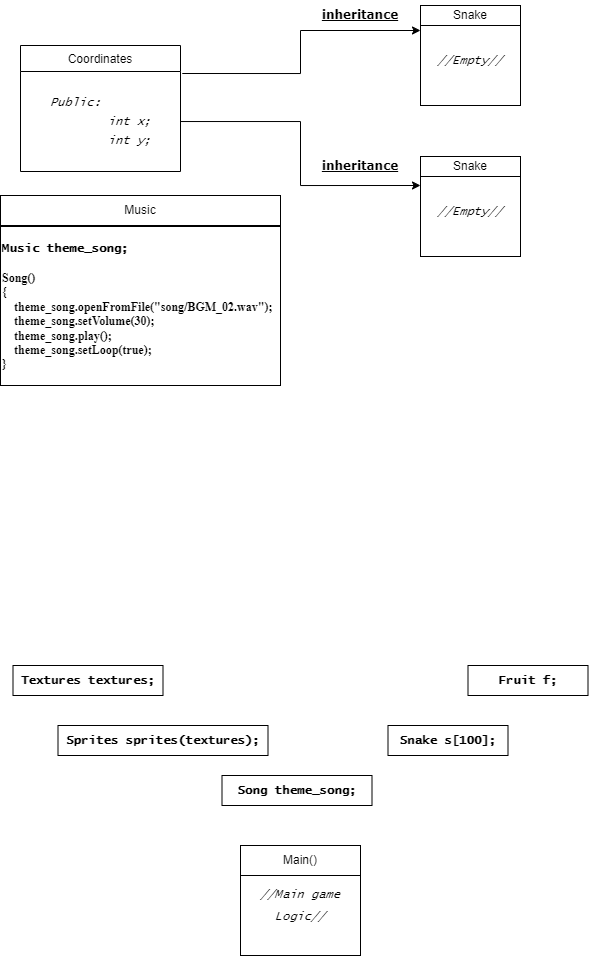
Earlier version of the draw.io export OOP_Snake_Project.drawio.png (MuhammadHamzaKhanMarwat/oop-SNAKE-project). Source tidied: cells renumbered, new cells last; positions are measured from the earlier drawing's top-left corner, leaving out a move shared by most shapes.
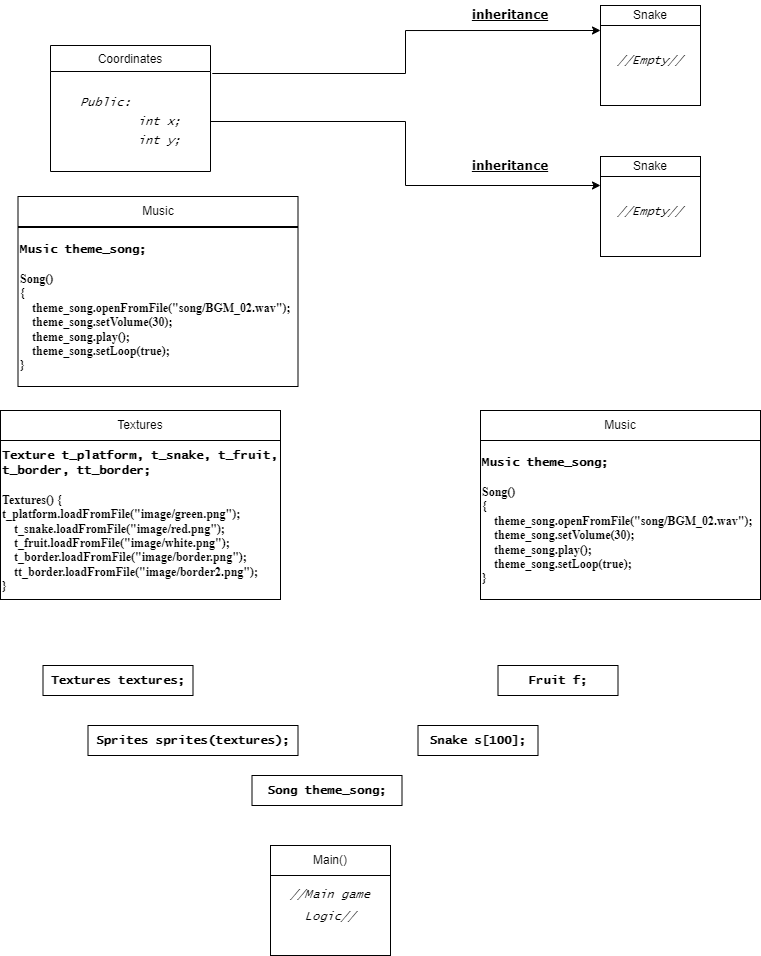
The same diagram one commit later.

The edit, as a diff of the source:
```diff
@@ -9,28 +9,28 @@
       <mxGeometry y="26" width="160" height="100" as="geometry" />
     </mxCell>
     <mxCell id="4" style="whiteSpace=wrap;html=1;" parent="1" vertex="1">
-      <mxGeometry x="420" y="5" width="100" height="100" as="geometry" />
+      <mxGeometry x="570" y="5" width="100" height="100" as="geometry" />
     </mxCell>
     <mxCell id="5" style="rounded=0;whiteSpace=wrap;html=1;" parent="1" vertex="1">
-      <mxGeometry x="420" y="5" width="100" height="20" as="geometry" />
+      <mxGeometry x="570" y="5" width="100" height="20" as="geometry" />
     </mxCell>
     <mxCell id="6" value="Snake" style="text;html=1;strokeColor=none;fillColor=none;align=center;verticalAlign=middle;whiteSpace=wrap;rounded=0;" parent="1" vertex="1">
-      <mxGeometry x="440" width="60" height="30" as="geometry" />
+      <mxGeometry x="590" width="60" height="30" as="geometry" />
     </mxCell>
     <mxCell id="7" value="&lt;i&gt;&lt;font face=&quot;Lucida Console&quot;&gt;//Empty//&lt;/font&gt;&lt;/i&gt;" style="text;html=1;strokeColor=none;fillColor=none;align=center;verticalAlign=middle;whiteSpace=wrap;rounded=0;" parent="1" vertex="1">
-      <mxGeometry x="440" y="45" width="60" height="30" as="geometry" />
+      <mxGeometry x="590" y="45" width="60" height="30" as="geometry" />
     </mxCell>
     <mxCell id="8" style="whiteSpace=wrap;html=1;" parent="1" vertex="1">
-      <mxGeometry x="420" y="156" width="100" height="100" as="geometry" />
+      <mxGeometry x="570" y="156" width="100" height="100" as="geometry" />
     </mxCell>
     <mxCell id="9" style="rounded=0;whiteSpace=wrap;html=1;" parent="1" vertex="1">
-      <mxGeometry x="420" y="156" width="100" height="20" as="geometry" />
+      <mxGeometry x="570" y="156" width="100" height="20" as="geometry" />
     </mxCell>
     <mxCell id="10" value="Snake" style="text;html=1;strokeColor=none;fillColor=none;align=center;verticalAlign=middle;whiteSpace=wrap;rounded=0;" parent="1" vertex="1">
-      <mxGeometry x="440" y="151" width="60" height="30" as="geometry" />
+      <mxGeometry x="590" y="151" width="60" height="30" as="geometry" />
     </mxCell>
     <mxCell id="11" value="&lt;i&gt;&lt;font face=&quot;Lucida Console&quot;&gt;//Empty//&lt;/font&gt;&lt;/i&gt;" style="text;html=1;strokeColor=none;fillColor=none;align=center;verticalAlign=middle;whiteSpace=wrap;rounded=0;" parent="1" vertex="1">
-      <mxGeometry x="440" y="196" width="60" height="30" as="geometry" />
+      <mxGeometry x="590" y="196" width="60" height="30" as="geometry" />
     </mxCell>
     <mxCell id="12" style="edgeStyle=orthogonalEdgeStyle;rounded=0;jettySize=auto;html=1;entryX=0;entryY=0.25;entryDx=0;entryDy=0;exitX=1.011;exitY=0.02;exitDx=0;exitDy=0;exitPerimeter=0;" parent="1" edge="1" source="3" target="4">
       <mxGeometry relative="1" as="geometry" />
@@ -45,10 +45,10 @@
       <mxGeometry x="240" y="845" width="120" height="30" as="geometry" />
     </mxCell>
     <mxCell id="16" value="&lt;b style=&quot;&quot;&gt;&lt;u style=&quot;&quot;&gt;&lt;font face=&quot;Verdana&quot;&gt;inheritance&lt;/font&gt;&lt;/u&gt;&lt;/b&gt;" style="text;html=1;strokeColor=none;fillColor=none;align=center;verticalAlign=middle;whiteSpace=wrap;rounded=0;" parent="1" vertex="1">
-      <mxGeometry x="330" y="151" width="60" height="30" as="geometry" />
+      <mxGeometry x="450" y="151" width="60" height="30" as="geometry" />
     </mxCell>
     <mxCell id="17" value="&lt;b style=&quot;&quot;&gt;&lt;u style=&quot;&quot;&gt;&lt;font face=&quot;Verdana&quot;&gt;inheritance&lt;/font&gt;&lt;/u&gt;&lt;/b&gt;" style="text;html=1;strokeColor=none;fillColor=none;align=center;verticalAlign=middle;whiteSpace=wrap;rounded=0;" parent="1" vertex="1">
-      <mxGeometry x="330" width="60" height="30" as="geometry" />
+      <mxGeometry x="450" width="60" height="30" as="geometry" />
     </mxCell>
     <mxCell id="18" value="&lt;font face=&quot;Lucida Console&quot;&gt;&lt;b&gt;Snake s[100];&lt;/b&gt;&lt;/font&gt;" style="rounded=0;whiteSpace=wrap;html=1;" parent="1" vertex="1">
       <mxGeometry x="387.5" y="725" width="120" height="30" as="geometry" />
@@ -66,10 +66,22 @@
       <mxGeometry x="57.5" y="725" width="210" height="30" as="geometry" />
     </mxCell>
     <mxCell id="23" value="Music" style="rounded=0;whiteSpace=wrap;html=1;" parent="1" vertex="1">
-      <mxGeometry y="195" width="280" height="30" as="geometry" />
+      <mxGeometry x="-12.5" y="196" width="280" height="30" as="geometry" />
     </mxCell>
     <mxCell id="24" value="&lt;div&gt;&lt;font face=&quot;Lucida Console&quot;&gt;&lt;b&gt;Music theme_song;&lt;/b&gt;&lt;/font&gt;&lt;/div&gt;&lt;div&gt;&lt;font face=&quot;EmI8eARShOcy2984bDzH&quot;&gt;&lt;b&gt;&lt;br&gt;&lt;/b&gt;&lt;/font&gt;&lt;/div&gt;&lt;div&gt;&lt;font face=&quot;EmI8eARShOcy2984bDzH&quot;&gt;&lt;b&gt;Song()&amp;nbsp;&lt;/b&gt;&lt;/font&gt;&lt;/div&gt;&lt;div&gt;&lt;font face=&quot;EmI8eARShOcy2984bDzH&quot;&gt;&lt;b&gt;{&lt;/b&gt;&lt;/font&gt;&lt;/div&gt;&lt;div&gt;&lt;font face=&quot;EmI8eARShOcy2984bDzH&quot;&gt;&lt;b&gt;&amp;nbsp; &amp;nbsp; theme_song.openFromFile(&quot;song/BGM_02.wav&quot;);&lt;span style=&quot;&quot;&gt;&lt;/span&gt;&lt;/b&gt;&lt;/font&gt;&lt;/div&gt;&lt;div&gt;&lt;span style=&quot;&quot;&gt;&lt;font face=&quot;EmI8eARShOcy2984bDzH&quot;&gt;&lt;b&gt;&lt;span style=&quot;&quot;&gt;&lt;span style=&quot;white-space: pre;&quot;&gt;&amp;nbsp;&amp;nbsp;&amp;nbsp;&amp;nbsp;&lt;/span&gt;&lt;/span&gt;theme_song.setVolume(30);&lt;/b&gt;&lt;/font&gt;&lt;/span&gt;&lt;/div&gt;&lt;div&gt;&lt;span style=&quot;&quot;&gt;&lt;font face=&quot;EmI8eARShOcy2984bDzH&quot;&gt;&lt;b&gt;&lt;span style=&quot;&quot;&gt;&lt;span style=&quot;white-space: pre;&quot;&gt;&amp;nbsp;&amp;nbsp;&amp;nbsp;&amp;nbsp;&lt;/span&gt;&lt;/span&gt;theme_song.play();&lt;/b&gt;&lt;/font&gt;&lt;/span&gt;&lt;/div&gt;&lt;div&gt;&lt;span style=&quot;&quot;&gt;&lt;font face=&quot;EmI8eARShOcy2984bDzH&quot;&gt;&lt;b&gt;&lt;span style=&quot;&quot;&gt;&lt;span style=&quot;white-space: pre;&quot;&gt;&amp;nbsp;&amp;nbsp;&amp;nbsp;&amp;nbsp;&lt;/span&gt;&lt;/span&gt;theme_song.setLoop(true);&lt;/b&gt;&lt;/font&gt;&lt;/span&gt;&lt;/div&gt;&lt;div&gt;&lt;font face=&quot;EmI8eARShOcy2984bDzH&quot;&gt;&lt;b&gt;}&lt;/b&gt;&lt;/font&gt;&lt;/div&gt;" style="rounded=0;whiteSpace=wrap;html=1;align=left;" parent="1" vertex="1">
-      <mxGeometry y="226" width="280" height="159" as="geometry" />
+      <mxGeometry x="-12.5" y="227" width="280" height="159" as="geometry" />
     </mxCell>
+    <mxCell id="25" value="Textures" style="rounded=0;whiteSpace=wrap;html=1;" parent="1" vertex="1">
+      <mxGeometry x="-30" y="410" width="280" height="30" as="geometry" />
+    </mxCell>
+    <mxCell id="26" value="&lt;div&gt;&lt;font style=&quot;&quot; face=&quot;Lucida Console&quot;&gt;&lt;b&gt;Texture t_platform, t_snake, t_fruit, t_border, tt_border;&lt;/b&gt;&lt;/font&gt;&lt;/div&gt;&lt;div&gt;&lt;font face=&quot;qkfW8gjGQyR6Fdm8LcyY&quot;&gt;&lt;b&gt;&lt;br&gt;&lt;/b&gt;&lt;/font&gt;&lt;/div&gt;&lt;div&gt;&lt;font face=&quot;qkfW8gjGQyR6Fdm8LcyY&quot;&gt;&lt;b&gt;Textures() {&lt;/b&gt;&lt;/font&gt;&lt;/div&gt;&lt;div&gt;&lt;font face=&quot;qkfW8gjGQyR6Fdm8LcyY&quot;&gt;&lt;b&gt;t_platform.loadFromFile(&quot;image/green.png&quot;);&lt;span style=&quot;&quot;&gt;&lt;/span&gt;&lt;/b&gt;&lt;/font&gt;&lt;/div&gt;&lt;div&gt;&lt;span style=&quot;&quot;&gt;&lt;font face=&quot;qkfW8gjGQyR6Fdm8LcyY&quot;&gt;&lt;b&gt;&lt;span style=&quot;&quot;&gt;&lt;span style=&quot;white-space: pre;&quot;&gt;&amp;nbsp;&amp;nbsp;&amp;nbsp;&amp;nbsp;&lt;/span&gt;&lt;/span&gt;t_snake.loadFromFile(&quot;image/red.png&quot;);&lt;/b&gt;&lt;/font&gt;&lt;/span&gt;&lt;/div&gt;&lt;div&gt;&lt;span style=&quot;&quot;&gt;&lt;font face=&quot;qkfW8gjGQyR6Fdm8LcyY&quot;&gt;&lt;b&gt;&lt;span style=&quot;&quot;&gt;&lt;span style=&quot;white-space: pre;&quot;&gt;&amp;nbsp;&amp;nbsp;&amp;nbsp;&amp;nbsp;&lt;/span&gt;&lt;/span&gt;t_fruit.loadFromFile(&quot;image/white.png&quot;);&lt;/b&gt;&lt;/font&gt;&lt;/span&gt;&lt;/div&gt;&lt;div&gt;&lt;span style=&quot;&quot;&gt;&lt;font face=&quot;qkfW8gjGQyR6Fdm8LcyY&quot;&gt;&lt;b&gt;&lt;span style=&quot;&quot;&gt;&lt;span style=&quot;white-space: pre;&quot;&gt;&amp;nbsp;&amp;nbsp;&amp;nbsp;&amp;nbsp;&lt;/span&gt;&lt;/span&gt;t_border.loadFromFile(&quot;image/border.png&quot;);&lt;/b&gt;&lt;/font&gt;&lt;/span&gt;&lt;/div&gt;&lt;div&gt;&lt;span style=&quot;&quot;&gt;&lt;font face=&quot;qkfW8gjGQyR6Fdm8LcyY&quot;&gt;&lt;b&gt;&lt;span style=&quot;&quot;&gt;&lt;span style=&quot;white-space: pre;&quot;&gt;&amp;nbsp;&amp;nbsp;&amp;nbsp;&amp;nbsp;&lt;/span&gt;&lt;/span&gt;tt_border.loadFromFile(&quot;image/border2.png&quot;);&lt;/b&gt;&lt;/font&gt;&lt;/span&gt;&lt;/div&gt;&lt;div&gt;&lt;font style=&quot;&quot; face=&quot;qkfW8gjGQyR6Fdm8LcyY&quot;&gt;&lt;b&gt;}&lt;/b&gt;&lt;/font&gt;&lt;/div&gt;" style="rounded=0;whiteSpace=wrap;html=1;align=left;" parent="1" vertex="1">
+      <mxGeometry x="-30" y="440" width="280" height="159" as="geometry" />
+    </mxCell>
+    <mxCell id="27" value="Music" style="rounded=0;whiteSpace=wrap;html=1;" parent="1" vertex="1">
+      <mxGeometry x="450" y="410" width="280" height="30" as="geometry" />
+    </mxCell>
+    <mxCell id="28" value="&lt;div&gt;&lt;font face=&quot;Lucida Console&quot;&gt;&lt;b&gt;Music theme_song;&lt;/b&gt;&lt;/font&gt;&lt;/div&gt;&lt;div&gt;&lt;font face=&quot;EmI8eARShOcy2984bDzH&quot;&gt;&lt;b&gt;&lt;br&gt;&lt;/b&gt;&lt;/font&gt;&lt;/div&gt;&lt;div&gt;&lt;font face=&quot;EmI8eARShOcy2984bDzH&quot;&gt;&lt;b&gt;Song()&amp;nbsp;&lt;/b&gt;&lt;/font&gt;&lt;/div&gt;&lt;div&gt;&lt;font face=&quot;EmI8eARShOcy2984bDzH&quot;&gt;&lt;b&gt;{&lt;/b&gt;&lt;/font&gt;&lt;/div&gt;&lt;div&gt;&lt;font face=&quot;EmI8eARShOcy2984bDzH&quot;&gt;&lt;b&gt;&amp;nbsp; &amp;nbsp; theme_song.openFromFile(&quot;song/BGM_02.wav&quot;);&lt;span style=&quot;&quot;&gt;&lt;/span&gt;&lt;/b&gt;&lt;/font&gt;&lt;/div&gt;&lt;div&gt;&lt;span style=&quot;&quot;&gt;&lt;font face=&quot;EmI8eARShOcy2984bDzH&quot;&gt;&lt;b&gt;&lt;span style=&quot;&quot;&gt;&lt;span style=&quot;white-space: pre;&quot;&gt;&amp;nbsp;&amp;nbsp;&amp;nbsp;&amp;nbsp;&lt;/span&gt;&lt;/span&gt;theme_song.setVolume(30);&lt;/b&gt;&lt;/font&gt;&lt;/span&gt;&lt;/div&gt;&lt;div&gt;&lt;span style=&quot;&quot;&gt;&lt;font face=&quot;EmI8eARShOcy2984bDzH&quot;&gt;&lt;b&gt;&lt;span style=&quot;&quot;&gt;&lt;span style=&quot;white-space: pre;&quot;&gt;&amp;nbsp;&amp;nbsp;&amp;nbsp;&amp;nbsp;&lt;/span&gt;&lt;/span&gt;theme_song.play();&lt;/b&gt;&lt;/font&gt;&lt;/span&gt;&lt;/div&gt;&lt;div&gt;&lt;span style=&quot;&quot;&gt;&lt;font face=&quot;EmI8eARShOcy2984bDzH&quot;&gt;&lt;b&gt;&lt;span style=&quot;&quot;&gt;&lt;span style=&quot;white-space: pre;&quot;&gt;&amp;nbsp;&amp;nbsp;&amp;nbsp;&amp;nbsp;&lt;/span&gt;&lt;/span&gt;theme_song.setLoop(true);&lt;/b&gt;&lt;/font&gt;&lt;/span&gt;&lt;/div&gt;&lt;div&gt;&lt;font face=&quot;EmI8eARShOcy2984bDzH&quot;&gt;&lt;b&gt;}&lt;/b&gt;&lt;/font&gt;&lt;/div&gt;" style="rounded=0;whiteSpace=wrap;html=1;align=left;" parent="1" vertex="1">
+      <mxGeometry x="450" y="440" width="280" height="159" as="geometry" />
+    </mxCell>
   </root>
 </mxGraphModel>
```
